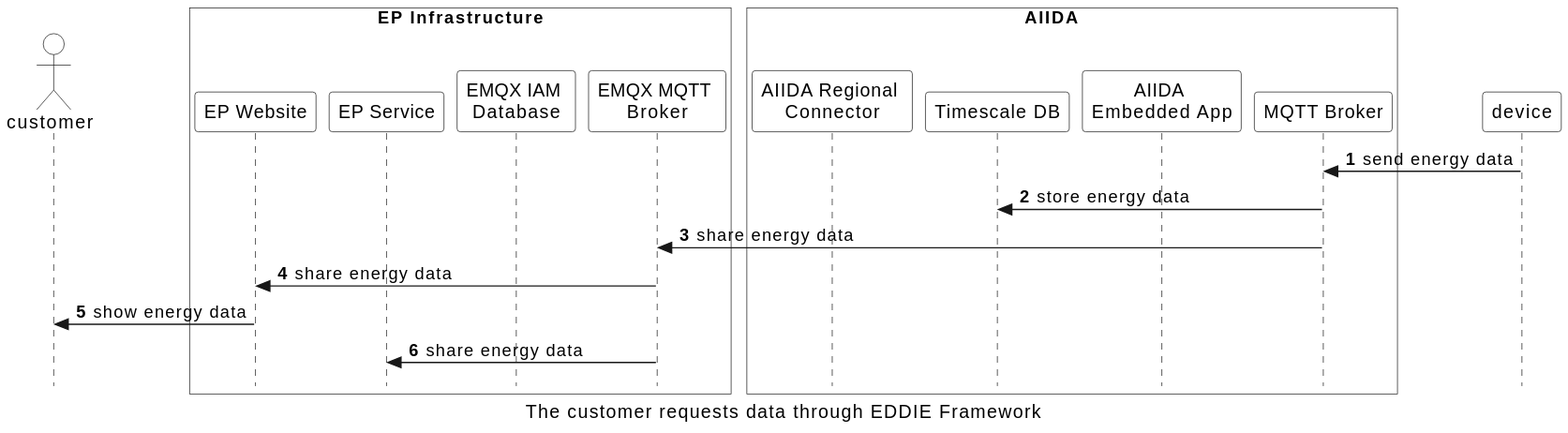
Before: arc42/aiida/runtime-view/figures/aiida_request_data.svg, a diagram exported from PlantUML (eddie-energy/architecture).
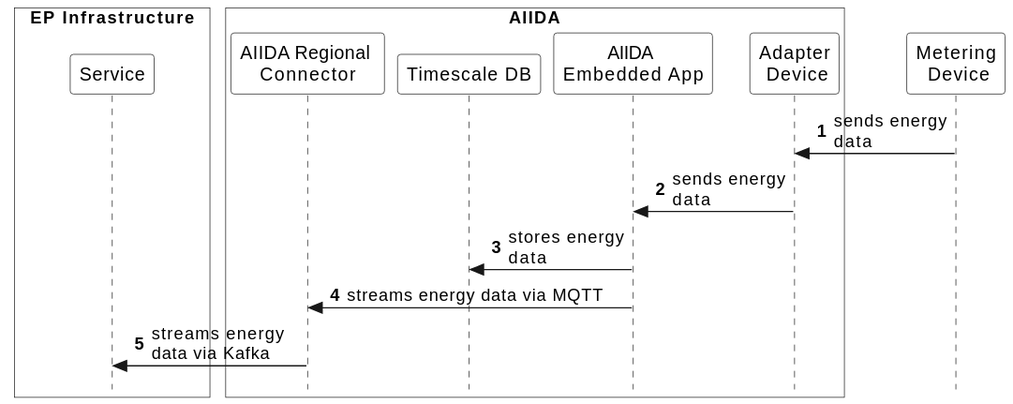
After the change.

What changed in the source:
```diff
@@ -1,5 +1,4 @@
 @startuml
-caption The customer requests data through EDDIE  Framework
 
 skinparam style strictuml
 skinparam sequence {
@@ -9,31 +8,22 @@
 
 autonumber
 !pragma teoz true
-actor customer
-
-box "Device" as device
-end box
 
 box "EP Infrastructure" #transparent
+participant "Service" as service
+end box
+box "\tAIIDA\t\t"  #transparent
+participant "AIIDA Regional \nConnector" as connector
+participant "Timescale DB" as timescale
+participant "AIIDA \nEmbedded App"  as app
+participant "Adapter\n Device" as adapter
+end box
+participant "Metering\n Device" as device
 
-    participant "EP Website" as website
-       participant "EP Service" as service
-      participant "EMQX IAM \nDatabase" as database
-    participant "EMQX MQTT \nBroker" as mqttbroker
-end box
-    box "\tAIIDA\t\t"  #transparent
-    participant "AIIDA Regional \nConnector" as connector
-     participant "Timescale DB" as timescale
-      participant "AIIDA \nEmbedded App"  as app
-      participant "MQTT Broker" as broker
-  end box
+device -> adapter : sends energy\ndata
+adapter -> app : sends energy\ndata
+app -> timescale : stores energy\ndata
+app -> connector : streams energy data via MQTT
+connector -> service : streams energy \ndata via Kafka
 
-
-
-device -> broker : send energy data
-broker -> timescale : store energy data
-broker -> mqttbroker : share energy data
-mqttbroker -> website : share energy data
-website -> customer : show energy data
-mqttbroker -> service : share energy data
 @enduml
```
